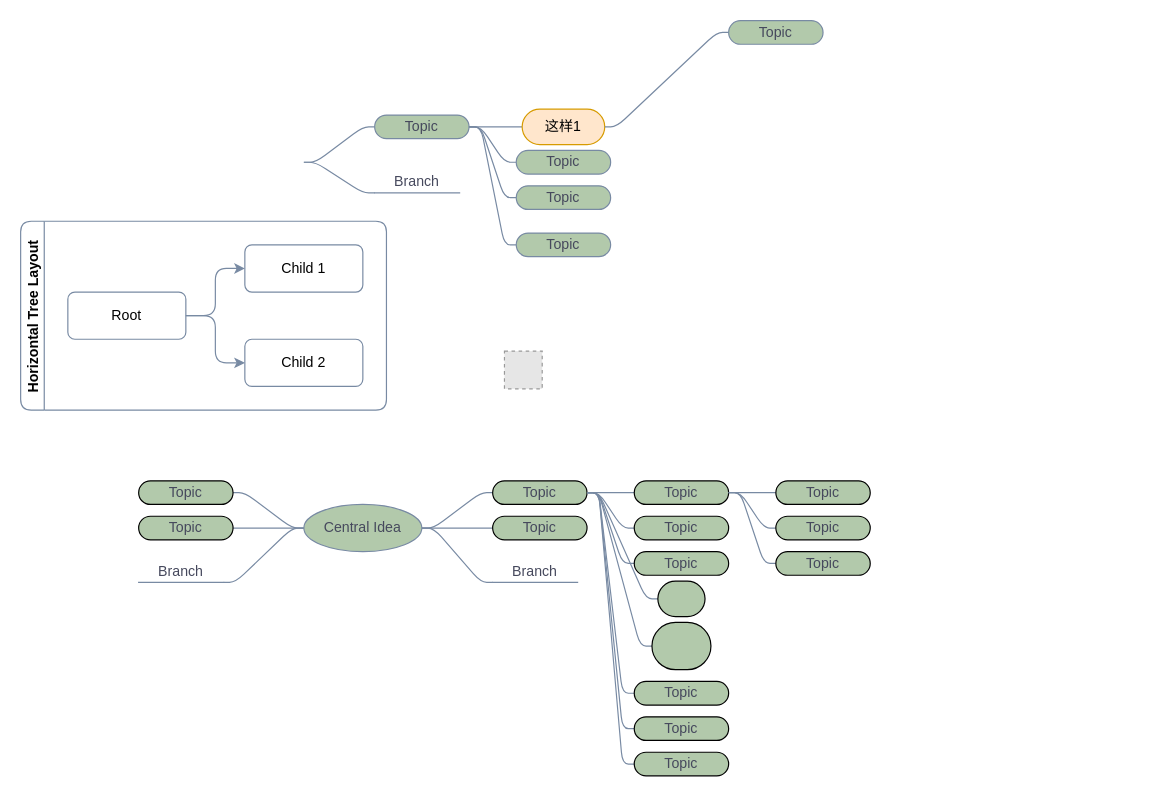
The draw.io diagram page "第 2 页" (2 of 3) of Untitled Diagram.drawio in gaoyangzhou/draw.io, before the edit. Source tidied: cells renumbered, new cells numbered last; positions are measured from the earlier drawing's top-left corner, leaving out a move shared by most shapes. Both pictures are drawn from the tidied source at 118%, with x=0, y=0 at pixel (20, 20). Pictures stored in the file or linked from it are replaced by grey dashed boxes.
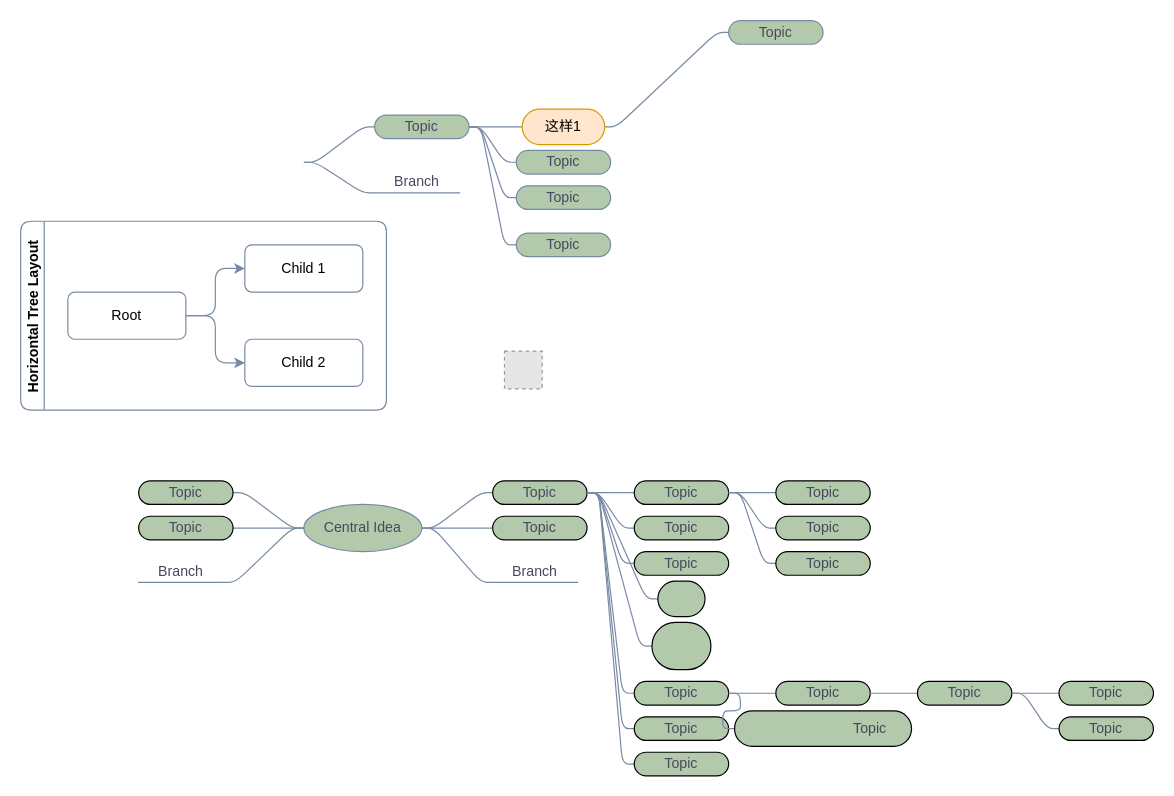
The same page after the edit.

Unchanged cells that the change refers to:
```xml
<mxCell id="43" value="Topic" style="whiteSpace=wrap;html=1;arcSize=50;align=center;verticalAlign=middle;strokeWidth=1;spacing=4;newEdgeStyle={&quot;edgeStyle&quot;:&quot;entityRelationEdgeStyle&quot;,&quot;startArrow&quot;:&quot;none&quot;,&quot;endArrow&quot;:&quot;none&quot;,&quot;segment&quot;:10,&quot;curved&quot;:1};fontColor=#46495D;fillColor=#B2C9AB;rounded=1;" parent="16" vertex="1">
  <mxGeometry x="440" y="210" width="80" height="20" as="geometry" />
</mxCell>
```

The edit, as a diff of the source:
```diff
@@
     <mxCell id="16" value="Mindmap" style="swimlane;startSize=20;horizontal=1;containerType=tree;fontColor=none;strokeColor=none;fillColor=none;swimlaneLine=0;noLabel=1;direction=east;rounded=1;" parent="1" vertex="1">
-      <mxGeometry x="80" y="350" width="640" height="290" as="geometry" />
+      <mxGeometry x="80" y="350" width="880" height="290" as="geometry" />
     </mxCell>
@@
+    <mxCell id="59" style="edgeStyle=entityRelationEdgeStyle;startArrow=none;endArrow=none;segment=10;fontColor=#46495D;strokeColor=#788AA3;fillColor=#B2C9AB;" parent="16" edge="1" source="43" target="60">
+      <mxGeometry relative="1" as="geometry" />
+    </mxCell>
+    <mxCell id="60" value="Topic" style="whiteSpace=wrap;html=1;arcSize=50;align=center;verticalAlign=middle;strokeWidth=1;spacing=4;newEdgeStyle={&quot;edgeStyle&quot;:&quot;entityRelationEdgeStyle&quot;,&quot;startArrow&quot;:&quot;none&quot;,&quot;endArrow&quot;:&quot;none&quot;,&quot;segment&quot;:10,&quot;curved&quot;:1};fontColor=#46495D;fillColor=#B2C9AB;rounded=1;" parent="16" vertex="1">
+      <mxGeometry x="560" y="210" width="80" height="20" as="geometry" />
+    </mxCell>
+    <mxCell id="61" style="edgeStyle=entityRelationEdgeStyle;startArrow=none;endArrow=none;segment=10;fontColor=#46495D;strokeColor=#788AA3;fillColor=#B2C9AB;" parent="16" edge="1" source="43" target="62">
+      <mxGeometry relative="1" as="geometry" />
+    </mxCell>
+    <mxCell id="62" value="&lt;blockquote style=&quot;margin: 0 0 0 40px ; border: none ; padding: 0px&quot;&gt;&lt;blockquote style=&quot;margin: 0 0 0 40px ; border: none ; padding: 0px&quot;&gt;Topic&lt;/blockquote&gt;&lt;/blockquote&gt;" style="whiteSpace=wrap;html=1;arcSize=50;align=center;verticalAlign=middle;strokeWidth=1;spacing=4;newEdgeStyle={&quot;edgeStyle&quot;:&quot;entityRelationEdgeStyle&quot;,&quot;startArrow&quot;:&quot;none&quot;,&quot;endArrow&quot;:&quot;none&quot;,&quot;segment&quot;:10,&quot;curved&quot;:1};fontColor=#46495D;fillColor=#B2C9AB;rounded=1;" parent="16" vertex="1">
+      <mxGeometry x="525" y="235" width="150" height="30" as="geometry" />
+    </mxCell>
+    <mxCell id="63" style="edgeStyle=entityRelationEdgeStyle;startArrow=none;endArrow=none;segment=10;fontColor=#46495D;strokeColor=#788AA3;fillColor=#B2C9AB;" parent="16" edge="1" source="60" target="64">
+      <mxGeometry relative="1" as="geometry" />
+    </mxCell>
+    <mxCell id="64" value="Topic" style="whiteSpace=wrap;html=1;arcSize=50;align=center;verticalAlign=middle;strokeWidth=1;spacing=4;newEdgeStyle={&quot;edgeStyle&quot;:&quot;entityRelationEdgeStyle&quot;,&quot;startArrow&quot;:&quot;none&quot;,&quot;endArrow&quot;:&quot;none&quot;,&quot;segment&quot;:10,&quot;curved&quot;:1};fontColor=#46495D;fillColor=#B2C9AB;rounded=1;" parent="16" vertex="1">
+      <mxGeometry x="680" y="210" width="80" height="20" as="geometry" />
+    </mxCell>
+    <mxCell id="65" style="edgeStyle=entityRelationEdgeStyle;startArrow=none;endArrow=none;segment=10;fontColor=#46495D;strokeColor=#788AA3;fillColor=#B2C9AB;" parent="16" edge="1" source="64" target="66">
+      <mxGeometry relative="1" as="geometry" />
+    </mxCell>
+    <mxCell id="66" value="Topic" style="whiteSpace=wrap;html=1;arcSize=50;align=center;verticalAlign=middle;strokeWidth=1;spacing=4;newEdgeStyle={&quot;edgeStyle&quot;:&quot;entityRelationEdgeStyle&quot;,&quot;startArrow&quot;:&quot;none&quot;,&quot;endArrow&quot;:&quot;none&quot;,&quot;segment&quot;:10,&quot;curved&quot;:1};fontColor=#46495D;fillColor=#B2C9AB;rounded=1;" parent="16" vertex="1">
+      <mxGeometry x="800" y="210" width="80" height="20" as="geometry" />
+    </mxCell>
+    <mxCell id="67" style="edgeStyle=entityRelationEdgeStyle;startArrow=none;endArrow=none;segment=10;fontColor=#46495D;strokeColor=#788AA3;fillColor=#B2C9AB;" parent="16" edge="1" source="64" target="68">
+      <mxGeometry relative="1" as="geometry" />
+    </mxCell>
+    <mxCell id="68" value="Topic" style="whiteSpace=wrap;html=1;arcSize=50;align=center;verticalAlign=middle;strokeWidth=1;spacing=4;newEdgeStyle={&quot;edgeStyle&quot;:&quot;entityRelationEdgeStyle&quot;,&quot;startArrow&quot;:&quot;none&quot;,&quot;endArrow&quot;:&quot;none&quot;,&quot;segment&quot;:10,&quot;curved&quot;:1};fontColor=#46495D;fillColor=#B2C9AB;rounded=1;" parent="16" vertex="1">
+      <mxGeometry x="800" y="240" width="80" height="20" as="geometry" />
+    </mxCell>
```
